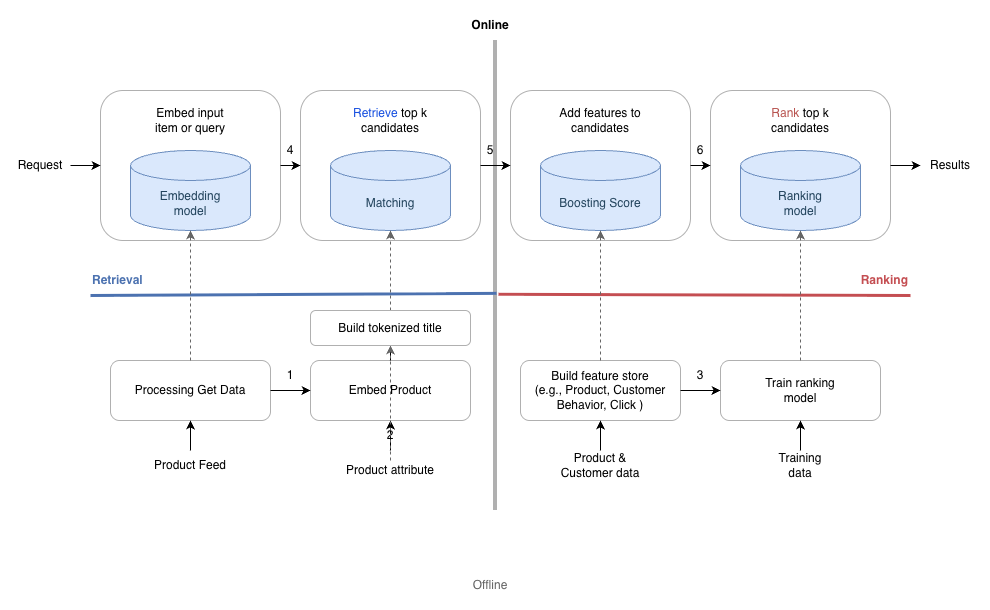
Before: .gitbook/assets/System Search-Overall_1.png, a diagram exported from draw.io (datle97/antsomi-docs). Source tidied: cells renumbered, new cells last; positions are measured from the earlier drawing's top-left corner, leaving out a move shared by most shapes. Source of this version:
```xml
<mxGraphModel>
  <root>
    <mxCell id="0" />
    <mxCell id="1" parent="0" />
    <mxCell id="2" style="line;strokeWidth=4;direction=south;strokeColor=#B0B0B0;" parent="1" vertex="1">
      <mxGeometry x="480" y="30" width="10" height="470" as="geometry" />
    </mxCell>
    <mxCell id="3" value="Online" style="text;html=1;strokeColor=none;fillColor=none;align=center;verticalAlign=middle;whiteSpace=wrap;rounded=0;fontStyle=1;" parent="1" vertex="1">
      <mxGeometry x="450" width="60" height="30" as="geometry" />
    </mxCell>
    <mxCell id="4" value="Offline" style="text;html=1;strokeColor=none;fillColor=none;align=center;verticalAlign=middle;whiteSpace=wrap;rounded=0;fontStyle=0;fontColor=#666666;" parent="1" vertex="1">
      <mxGeometry x="450" y="560" width="60" height="30" as="geometry" />
    </mxCell>
    <mxCell id="5" style="endArrow=none;html=1;rounded=0;strokeWidth=3;strokeColor=#4C72B0;entryX=0.538;entryY=0.4;entryDx=0;entryDy=0;entryPerimeter=0;" parent="1" edge="1" target="2">
      <mxGeometry relative="1" as="geometry">
        <mxPoint x="80" y="285" as="sourcePoint" />
      </mxGeometry>
    </mxCell>
    <mxCell id="6" value="Retrieval" style="text;html=1;strokeColor=none;fillColor=none;align=left;verticalAlign=middle;whiteSpace=wrap;rounded=0;fontColor=#4C72B0;fontStyle=1;" parent="1" vertex="1">
      <mxGeometry x="80" y="255" width="100" height="30" as="geometry" />
    </mxCell>
    <mxCell id="7" style="endArrow=none;html=1;rounded=0;strokeWidth=3;strokeColor=#C44E52;exitX=0.54;exitY=0.2;exitDx=0;exitDy=0;exitPerimeter=0;" parent="1" edge="1" source="2">
      <mxGeometry relative="1" as="geometry">
        <mxPoint x="900" y="285" as="targetPoint" />
      </mxGeometry>
    </mxCell>
    <mxCell id="8" value="Ranking" style="text;html=1;strokeColor=none;fillColor=none;align=right;verticalAlign=middle;whiteSpace=wrap;rounded=0;fontColor=#C44E52;fontStyle=1;" parent="1" vertex="1">
      <mxGeometry x="800" y="255" width="100" height="30" as="geometry" />
    </mxCell>
    <mxCell id="9" style="rounded=1;whiteSpace=wrap;html=1;fillColor=#FFFFFF;strokeColor=#B0B0B0;" parent="1" vertex="1">
      <mxGeometry x="90" y="80" width="180" height="150" as="geometry" />
    </mxCell>
    <mxCell id="10" value="Embedding&lt;br&gt;model" style="shape=cylinder3;whiteSpace=wrap;html=1;boundedLbl=1;backgroundOutline=1;size=15;fillColor=#DAE8FC;strokeColor=#6C8EBF;fontColor=#23445D;" parent="9" vertex="1">
      <mxGeometry x="30" y="60" width="120" height="80" as="geometry" />
    </mxCell>
    <mxCell id="11" value="Embed input&lt;br&gt;item or query" style="text;html=1;strokeColor=none;fillColor=none;align=center;verticalAlign=middle;whiteSpace=wrap;rounded=0;" parent="1" vertex="1">
      <mxGeometry x="100" y="90" width="160" height="40" as="geometry" />
    </mxCell>
    <mxCell id="12" style="rounded=1;whiteSpace=wrap;html=1;fillColor=#FFFFFF;strokeColor=#B0B0B0;" parent="1" vertex="1">
      <mxGeometry x="290" y="80" width="180" height="150" as="geometry" />
    </mxCell>
    <mxCell id="13" value="Matching" style="shape=cylinder3;whiteSpace=wrap;html=1;boundedLbl=1;backgroundOutline=1;size=15;fillColor=#DAE8FC;strokeColor=#6C8EBF;fontColor=#23445D;" parent="12" vertex="1">
      <mxGeometry x="30" y="60" width="120" height="80" as="geometry" />
    </mxCell>
    <mxCell id="14" value="&lt;font color=&quot;#1a52e0&quot;&gt;Retrieve&lt;/font&gt; top k&lt;br&gt;candidates" style="text;html=1;strokeColor=none;fillColor=none;align=center;verticalAlign=middle;whiteSpace=wrap;rounded=0;" parent="1" vertex="1">
      <mxGeometry x="300" y="90" width="160" height="40" as="geometry" />
    </mxCell>
    <mxCell id="15" style="rounded=1;whiteSpace=wrap;html=1;fillColor=#FFFFFF;strokeColor=#B0B0B0;" parent="1" vertex="1">
      <mxGeometry x="500" y="80" width="180" height="150" as="geometry" />
    </mxCell>
    <mxCell id="16" value="Boosting Score" style="shape=cylinder3;whiteSpace=wrap;html=1;boundedLbl=1;backgroundOutline=1;size=15;fillColor=#DAE8FC;strokeColor=#6C8EBF;fontColor=#23445D;" parent="15" vertex="1">
      <mxGeometry x="30" y="60" width="120" height="80" as="geometry" />
    </mxCell>
    <mxCell id="17" value="Add features to&lt;br&gt;candidates" style="text;html=1;strokeColor=none;fillColor=none;align=center;verticalAlign=middle;whiteSpace=wrap;rounded=0;" parent="1" vertex="1">
      <mxGeometry x="510" y="90" width="160" height="40" as="geometry" />
    </mxCell>
    <mxCell id="18" style="rounded=1;whiteSpace=wrap;html=1;fillColor=#FFFFFF;strokeColor=#B0B0B0;" parent="1" vertex="1">
      <mxGeometry x="700" y="80" width="180" height="150" as="geometry" />
    </mxCell>
    <mxCell id="19" value="Ranking&lt;br&gt;model" style="shape=cylinder3;whiteSpace=wrap;html=1;boundedLbl=1;backgroundOutline=1;size=15;fillColor=#DAE8FC;strokeColor=#6C8EBF;fontColor=#23445D;" parent="18" vertex="1">
      <mxGeometry x="30" y="60" width="120" height="80" as="geometry" />
    </mxCell>
    <mxCell id="20" value="&lt;font color=&quot;#b85450&quot;&gt;Rank&lt;/font&gt; top k&lt;br&gt;candidates" style="text;html=1;strokeColor=none;fillColor=none;align=center;verticalAlign=middle;whiteSpace=wrap;rounded=0;" parent="1" vertex="1">
      <mxGeometry x="710" y="90" width="160" height="40" as="geometry" />
    </mxCell>
    <mxCell id="21" value="Request" style="text;html=1;strokeColor=none;fillColor=none;align=center;verticalAlign=middle;whiteSpace=wrap;rounded=0;" parent="1" vertex="1">
      <mxGeometry y="140" width="60" height="30" as="geometry" />
    </mxCell>
    <mxCell id="22" style="endArrow=classic;html=1;rounded=0;" parent="1" edge="1">
      <mxGeometry relative="1" as="geometry">
        <mxPoint x="60" y="155" as="sourcePoint" />
        <mxPoint x="90" y="155" as="targetPoint" />
      </mxGeometry>
    </mxCell>
    <mxCell id="23" value="4" style="text;html=1;strokeColor=none;fillColor=none;align=center;verticalAlign=middle;whiteSpace=wrap;rounded=0;" parent="1" vertex="1">
      <mxGeometry x="270" y="125" width="20" height="30" as="geometry" />
    </mxCell>
    <mxCell id="24" style="endArrow=classic;html=1;rounded=0;" parent="1" edge="1" source="9" target="12">
      <mxGeometry relative="1" as="geometry" />
    </mxCell>
    <mxCell id="25" value="5" style="text;html=1;strokeColor=none;fillColor=none;align=center;verticalAlign=middle;whiteSpace=wrap;rounded=0;" parent="1" vertex="1">
      <mxGeometry x="470" y="125" width="20" height="30" as="geometry" />
    </mxCell>
    <mxCell id="26" style="endArrow=classic;html=1;rounded=0;" parent="1" edge="1" source="12" target="15">
      <mxGeometry relative="1" as="geometry" />
    </mxCell>
    <mxCell id="27" value="6" style="text;html=1;strokeColor=none;fillColor=none;align=center;verticalAlign=middle;whiteSpace=wrap;rounded=0;" parent="1" vertex="1">
      <mxGeometry x="680" y="125" width="20" height="30" as="geometry" />
    </mxCell>
    <mxCell id="28" style="endArrow=classic;html=1;rounded=0;" parent="1" edge="1" source="15" target="18">
      <mxGeometry relative="1" as="geometry" />
    </mxCell>
    <mxCell id="29" value="Results" style="text;html=1;strokeColor=none;fillColor=none;align=center;verticalAlign=middle;whiteSpace=wrap;rounded=0;" parent="1" vertex="1">
      <mxGeometry x="910" y="140" width="60" height="30" as="geometry" />
    </mxCell>
    <mxCell id="30" style="endArrow=classic;html=1;rounded=0;" parent="1" edge="1" source="18">
      <mxGeometry relative="1" as="geometry">
        <mxPoint x="910" y="155" as="targetPoint" />
      </mxGeometry>
    </mxCell>
    <mxCell id="31" value="Processing Get Data" style="rounded=1;whiteSpace=wrap;html=1;fillColor=#FFFFFF;strokeColor=#B0B0B0;" parent="1" vertex="1">
      <mxGeometry x="100" y="350" width="160" height="60" as="geometry" />
    </mxCell>
    <mxCell id="32" value="Embed Product" style="rounded=1;whiteSpace=wrap;html=1;fillColor=#FFFFFF;strokeColor=#B0B0B0;" parent="1" vertex="1">
      <mxGeometry x="300" y="350" width="160" height="60" as="geometry" />
    </mxCell>
    <mxCell id="33" value="Build feature store&lt;br&gt;(e.g., Product, Customer Behavior, Click )" style="rounded=1;whiteSpace=wrap;html=1;fillColor=#FFFFFF;strokeColor=#B0B0B0;" parent="1" vertex="1">
      <mxGeometry x="510" y="350" width="160" height="60" as="geometry" />
    </mxCell>
    <mxCell id="34" value="Train ranking&lt;br&gt;model" style="rounded=1;whiteSpace=wrap;html=1;fillColor=#FFFFFF;strokeColor=#B0B0B0;" parent="1" vertex="1">
      <mxGeometry x="710" y="350" width="160" height="60" as="geometry" />
    </mxCell>
    <mxCell id="35" style="endArrow=classic;html=1;rounded=0;dashed=1;strokeColor=#666666;" parent="1" edge="1" target="10">
      <mxGeometry relative="1" as="geometry">
        <mxPoint x="180" y="350" as="sourcePoint" />
      </mxGeometry>
    </mxCell>
    <mxCell id="36" style="endArrow=classic;html=1;rounded=0;dashed=1;strokeColor=#666666;" parent="1" edge="1" source="54" target="13">
      <mxGeometry relative="1" as="geometry" />
    </mxCell>
    <mxCell id="37" style="endArrow=classic;html=1;rounded=0;dashed=1;strokeColor=#666666;" parent="1" edge="1" target="16">
      <mxGeometry relative="1" as="geometry">
        <mxPoint x="590" y="350" as="sourcePoint" />
      </mxGeometry>
    </mxCell>
    <mxCell id="38" style="endArrow=classic;html=1;rounded=0;dashed=1;strokeColor=#666666;" parent="1" edge="1" target="19">
      <mxGeometry relative="1" as="geometry">
        <mxPoint x="790" y="350" as="sourcePoint" />
      </mxGeometry>
    </mxCell>
    <mxCell id="39" value="Product Feed" style="text;html=1;strokeColor=none;fillColor=none;align=center;verticalAlign=middle;whiteSpace=wrap;rounded=0;" parent="1" vertex="1">
      <mxGeometry x="135" y="440" width="90" height="30" as="geometry" />
    </mxCell>
    <mxCell id="40" style="endArrow=classic;html=1;rounded=0;" parent="1" edge="1" target="31">
      <mxGeometry relative="1" as="geometry">
        <mxPoint x="180" y="440" as="sourcePoint" />
      </mxGeometry>
    </mxCell>
    <mxCell id="41" value="Product attribute" style="text;html=1;strokeColor=none;fillColor=none;align=center;verticalAlign=middle;whiteSpace=wrap;rounded=0;" parent="1" vertex="1">
      <mxGeometry x="330" y="440" width="100" height="40" as="geometry" />
    </mxCell>
    <mxCell id="42" style="endArrow=classic;html=1;rounded=0;" parent="1" edge="1" target="32">
      <mxGeometry relative="1" as="geometry">
        <mxPoint x="380" y="440" as="sourcePoint" />
      </mxGeometry>
    </mxCell>
    <mxCell id="43" value="Product &amp;amp; Customer data" style="text;html=1;strokeColor=none;fillColor=none;align=center;verticalAlign=middle;whiteSpace=wrap;rounded=0;" parent="1" vertex="1">
      <mxGeometry x="545" y="440" width="90" height="30" as="geometry" />
    </mxCell>
    <mxCell id="44" style="endArrow=classic;html=1;rounded=0;" parent="1" edge="1" target="33">
      <mxGeometry relative="1" as="geometry">
        <mxPoint x="590" y="440" as="sourcePoint" />
      </mxGeometry>
    </mxCell>
    <mxCell id="45" value="Training data" style="text;html=1;strokeColor=none;fillColor=none;align=center;verticalAlign=middle;whiteSpace=wrap;rounded=0;" parent="1" vertex="1">
      <mxGeometry x="760" y="440" width="60" height="30" as="geometry" />
    </mxCell>
    <mxCell id="46" style="endArrow=classic;html=1;rounded=0;" parent="1" edge="1" target="34">
      <mxGeometry relative="1" as="geometry">
        <mxPoint x="790" y="440" as="sourcePoint" />
      </mxGeometry>
    </mxCell>
    <mxCell id="47" value="1" style="text;html=1;strokeColor=none;fillColor=none;align=center;verticalAlign=middle;whiteSpace=wrap;rounded=0;" parent="1" vertex="1">
      <mxGeometry x="260" y="350" width="40" height="30" as="geometry" />
    </mxCell>
    <mxCell id="48" style="endArrow=classic;html=1;rounded=0;" parent="1" edge="1" source="31" target="32">
      <mxGeometry relative="1" as="geometry" />
    </mxCell>
    <mxCell id="49" value="2" style="text;html=1;strokeColor=none;fillColor=none;align=center;verticalAlign=middle;whiteSpace=wrap;rounded=0;" parent="1" vertex="1">
      <mxGeometry x="350" y="410" width="60" height="30" as="geometry" />
    </mxCell>
    <mxCell id="50" style="endArrow=classic;html=1;rounded=0;" parent="1" edge="1" source="32" target="54">
      <mxGeometry relative="1" as="geometry" />
    </mxCell>
    <mxCell id="51" value="3" style="text;html=1;strokeColor=none;fillColor=none;align=center;verticalAlign=middle;whiteSpace=wrap;rounded=0;" parent="1" vertex="1">
      <mxGeometry x="670" y="350" width="40" height="30" as="geometry" />
    </mxCell>
    <mxCell id="52" style="endArrow=classic;html=1;rounded=0;" parent="1" edge="1" source="33" target="34">
      <mxGeometry relative="1" as="geometry" />
    </mxCell>
    <mxCell id="53" style="endArrow=classic;html=1;rounded=0;dashed=1;strokeColor=#666666;" parent="1" edge="1" target="54">
      <mxGeometry relative="1" as="geometry">
        <mxPoint x="380" y="450" as="sourcePoint" />
      </mxGeometry>
    </mxCell>
    <mxCell id="54" value="Build tokenized title" style="rounded=1;whiteSpace=wrap;html=1;fillColor=#FFFFFF;strokeColor=#B0B0B0;" parent="1" vertex="1">
      <mxGeometry x="300" y="300" width="160" height="35" as="geometry" />
    </mxCell>
  </root>
</mxGraphModel>
```
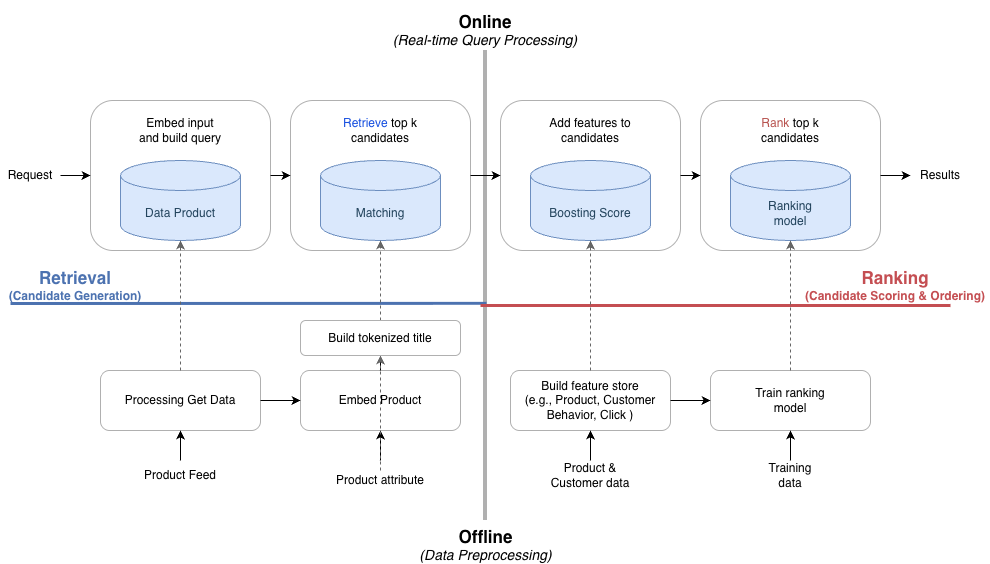
The same file after the commit.

Change to the diagram source:
```diff
@@ -5,35 +5,36 @@
     <mxCell id="2" style="line;strokeWidth=4;direction=south;strokeColor=#B0B0B0;" parent="1" vertex="1">
       <mxGeometry x="480" y="30" width="10" height="470" as="geometry" />
     </mxCell>
-    <mxCell id="3" value="Online" style="text;html=1;strokeColor=none;fillColor=none;align=center;verticalAlign=middle;whiteSpace=wrap;rounded=0;fontStyle=1;" parent="1" vertex="1">
-      <mxGeometry x="450" width="60" height="30" as="geometry" />
+    <mxCell id="3" value="&lt;font style=&quot;font-size: 17px;&quot;&gt;Online&lt;/font&gt;&lt;div&gt;&lt;i style=&quot;font-size: 14px; font-weight: 400;&quot;&gt;(Real-time Query Processing)&lt;/i&gt;&lt;/div&gt;" style="text;html=1;strokeColor=none;fillColor=none;align=center;verticalAlign=middle;whiteSpace=wrap;rounded=0;fontStyle=1;" parent="1" vertex="1">
+      <mxGeometry x="380" y="-20" width="210" height="60" as="geometry" />
     </mxCell>
-    <mxCell id="4" value="Offline" style="text;html=1;strokeColor=none;fillColor=none;align=center;verticalAlign=middle;whiteSpace=wrap;rounded=0;fontStyle=0;fontColor=#666666;" parent="1" vertex="1">
-      <mxGeometry x="450" y="560" width="60" height="30" as="geometry" />
+    <mxCell id="4" value="&lt;font style=&quot;font-size: 17px;&quot;&gt;Offline&lt;/font&gt;&lt;div&gt;&lt;i style=&quot;font-size: 14px; font-weight: 400;&quot;&gt;(Data Preprocessing)&lt;/i&gt;&lt;/div&gt;" style="text;html=1;strokeColor=none;fillColor=none;align=center;verticalAlign=middle;whiteSpace=wrap;rounded=0;fontStyle=1;fontColor=#000000;" parent="1" vertex="1">
+      <mxGeometry x="407.5" y="510" width="155" height="30" as="geometry" />
     </mxCell>
     <mxCell id="5" style="endArrow=none;html=1;rounded=0;strokeWidth=3;strokeColor=#4C72B0;entryX=0.538;entryY=0.4;entryDx=0;entryDy=0;entryPerimeter=0;" parent="1" edge="1" target="2">
       <mxGeometry relative="1" as="geometry">
-        <mxPoint x="80" y="285" as="sourcePoint" />
+        <mxPoint x="10" y="283" as="sourcePoint" />
       </mxGeometry>
     </mxCell>
-    <mxCell id="6" value="Retrieval" style="text;html=1;strokeColor=none;fillColor=none;align=left;verticalAlign=middle;whiteSpace=wrap;rounded=0;fontColor=#4C72B0;fontStyle=1;" parent="1" vertex="1">
-      <mxGeometry x="80" y="255" width="100" height="30" as="geometry" />
+    <mxCell id="6" value="&lt;font style=&quot;font-size: 17px;&quot;&gt;Retrieval&lt;/font&gt;&lt;div&gt;(&lt;span style=&quot;background-color: transparent; color: light-dark(rgb(76, 114, 176), rgb(112, 145, 198));&quot;&gt;Candidate Generation)&lt;/span&gt;&lt;/div&gt;" style="text;html=1;strokeColor=none;fillColor=none;align=center;verticalAlign=middle;whiteSpace=wrap;rounded=0;fontColor=#4C72B0;fontStyle=1;" parent="1" vertex="1">
+      <mxGeometry y="250" width="150" height="30" as="geometry" />
     </mxCell>
-    <mxCell id="7" style="endArrow=none;html=1;rounded=0;strokeWidth=3;strokeColor=#C44E52;exitX=0.54;exitY=0.2;exitDx=0;exitDy=0;exitPerimeter=0;" parent="1" edge="1" source="2">
+    <mxCell id="7" style="endArrow=none;html=1;rounded=0;strokeWidth=3;strokeColor=#C44E52;" parent="1" edge="1">
       <mxGeometry relative="1" as="geometry">
-        <mxPoint x="900" y="285" as="targetPoint" />
+        <mxPoint x="480" y="285" as="sourcePoint" />
+        <mxPoint x="950" y="285" as="targetPoint" />
       </mxGeometry>
     </mxCell>
-    <mxCell id="8" value="Ranking" style="text;html=1;strokeColor=none;fillColor=none;align=right;verticalAlign=middle;whiteSpace=wrap;rounded=0;fontColor=#C44E52;fontStyle=1;" parent="1" vertex="1">
-      <mxGeometry x="800" y="255" width="100" height="30" as="geometry" />
+    <mxCell id="8" value="&lt;font style=&quot;font-size: 17px;&quot;&gt;Ranking&lt;/font&gt;&lt;div&gt;(&lt;span style=&quot;background-color: transparent; color: light-dark(rgb(196, 78, 82), rgb(228, 127, 130));&quot;&gt;Candidate Scoring &amp;amp; Ordering)&lt;/span&gt;&lt;/div&gt;" style="text;html=1;strokeColor=none;fillColor=none;align=center;verticalAlign=middle;whiteSpace=wrap;rounded=0;fontColor=#C44E52;fontStyle=1;" parent="1" vertex="1">
+      <mxGeometry x="800" y="252.5" width="190" height="25" as="geometry" />
     </mxCell>
     <mxCell id="9" style="rounded=1;whiteSpace=wrap;html=1;fillColor=#FFFFFF;strokeColor=#B0B0B0;" parent="1" vertex="1">
       <mxGeometry x="90" y="80" width="180" height="150" as="geometry" />
     </mxCell>
-    <mxCell id="10" value="Embedding&lt;br&gt;model" style="shape=cylinder3;whiteSpace=wrap;html=1;boundedLbl=1;backgroundOutline=1;size=15;fillColor=#DAE8FC;strokeColor=#6C8EBF;fontColor=#23445D;" parent="9" vertex="1">
+    <mxCell id="10" value="Data Product" style="shape=cylinder3;whiteSpace=wrap;html=1;boundedLbl=1;backgroundOutline=1;size=15;fillColor=#DAE8FC;strokeColor=#6C8EBF;fontColor=#23445D;" parent="9" vertex="1">
       <mxGeometry x="30" y="60" width="120" height="80" as="geometry" />
     </mxCell>
-    <mxCell id="11" value="Embed input&lt;br&gt;item or query" style="text;html=1;strokeColor=none;fillColor=none;align=center;verticalAlign=middle;whiteSpace=wrap;rounded=0;" parent="1" vertex="1">
+    <mxCell id="11" value="Embed input&lt;br&gt;and build query" style="text;html=1;strokeColor=none;fillColor=none;align=center;verticalAlign=middle;whiteSpace=wrap;rounded=0;" parent="1" vertex="1">
       <mxGeometry x="100" y="90" width="160" height="40" as="geometry" />
     </mxCell>
     <mxCell id="12" style="rounded=1;whiteSpace=wrap;html=1;fillColor=#FFFFFF;strokeColor=#B0B0B0;" parent="1" vertex="1">
@@ -72,21 +73,12 @@
         <mxPoint x="90" y="155" as="targetPoint" />
       </mxGeometry>
     </mxCell>
-    <mxCell id="23" value="4" style="text;html=1;strokeColor=none;fillColor=none;align=center;verticalAlign=middle;whiteSpace=wrap;rounded=0;" parent="1" vertex="1">
-      <mxGeometry x="270" y="125" width="20" height="30" as="geometry" />
-    </mxCell>
     <mxCell id="24" style="endArrow=classic;html=1;rounded=0;" parent="1" edge="1" source="9" target="12">
       <mxGeometry relative="1" as="geometry" />
     </mxCell>
-    <mxCell id="25" value="5" style="text;html=1;strokeColor=none;fillColor=none;align=center;verticalAlign=middle;whiteSpace=wrap;rounded=0;" parent="1" vertex="1">
-      <mxGeometry x="470" y="125" width="20" height="30" as="geometry" />
-    </mxCell>
     <mxCell id="26" style="endArrow=classic;html=1;rounded=0;" parent="1" edge="1" source="12" target="15">
       <mxGeometry relative="1" as="geometry" />
     </mxCell>
-    <mxCell id="27" value="6" style="text;html=1;strokeColor=none;fillColor=none;align=center;verticalAlign=middle;whiteSpace=wrap;rounded=0;" parent="1" vertex="1">
-      <mxGeometry x="680" y="125" width="20" height="30" as="geometry" />
-    </mxCell>
     <mxCell id="28" style="endArrow=classic;html=1;rounded=0;" parent="1" edge="1" source="15" target="18">
       <mxGeometry relative="1" as="geometry" />
     </mxCell>
@@ -160,21 +152,12 @@
         <mxPoint x="790" y="440" as="sourcePoint" />
       </mxGeometry>
     </mxCell>
-    <mxCell id="47" value="1" style="text;html=1;strokeColor=none;fillColor=none;align=center;verticalAlign=middle;whiteSpace=wrap;rounded=0;" parent="1" vertex="1">
-      <mxGeometry x="260" y="350" width="40" height="30" as="geometry" />
-    </mxCell>
     <mxCell id="48" style="endArrow=classic;html=1;rounded=0;" parent="1" edge="1" source="31" target="32">
       <mxGeometry relative="1" as="geometry" />
     </mxCell>
-    <mxCell id="49" value="2" style="text;html=1;strokeColor=none;fillColor=none;align=center;verticalAlign=middle;whiteSpace=wrap;rounded=0;" parent="1" vertex="1">
-      <mxGeometry x="350" y="410" width="60" height="30" as="geometry" />
-    </mxCell>
     <mxCell id="50" style="endArrow=classic;html=1;rounded=0;" parent="1" edge="1" source="32" target="54">
       <mxGeometry relative="1" as="geometry" />
     </mxCell>
-    <mxCell id="51" value="3" style="text;html=1;strokeColor=none;fillColor=none;align=center;verticalAlign=middle;whiteSpace=wrap;rounded=0;" parent="1" vertex="1">
-      <mxGeometry x="670" y="350" width="40" height="30" as="geometry" />
-    </mxCell>
     <mxCell id="52" style="endArrow=classic;html=1;rounded=0;" parent="1" edge="1" source="33" target="34">
       <mxGeometry relative="1" as="geometry" />
     </mxCell>
```
